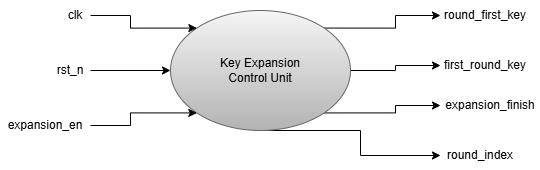
The draw.io diagram media/AESKeyExpansion-CU_High.png in LQLManZz/AES128-Verilog, before a commit. Source tidied: cells renumbered, new cells last; positions are measured from the earlier drawing's top-left corner, leaving out a move shared by most shapes.
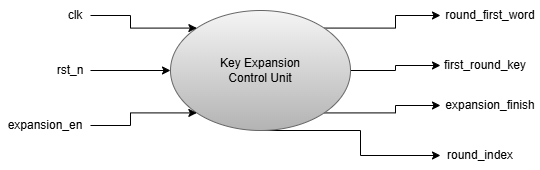
The same diagram one commit later.

The edit, as a diff of the source:
```diff
@@ -46,8 +46,8 @@
     <mxCell id="14" value="first_round_key" style="text;html=1;whiteSpace=wrap;strokeColor=none;fillColor=none;align=center;verticalAlign=middle;rounded=0;" parent="1" vertex="1">
       <mxGeometry x="440" y="50" width="90" height="30" as="geometry" />
     </mxCell>
-    <mxCell id="15" value="round_first_key" style="text;html=1;whiteSpace=wrap;strokeColor=none;fillColor=none;align=center;verticalAlign=middle;rounded=0;" parent="1" vertex="1">
-      <mxGeometry x="440" width="90" height="30" as="geometry" />
+    <mxCell id="15" value="round_first_word" style="text;html=1;whiteSpace=wrap;strokeColor=none;fillColor=none;align=center;verticalAlign=middle;rounded=0;" parent="1" vertex="1">
+      <mxGeometry x="440" width="100" height="30" as="geometry" />
     </mxCell>
     <mxCell id="16" value="round_index" style="text;html=1;whiteSpace=wrap;strokeColor=none;fillColor=none;align=center;verticalAlign=middle;rounded=0;" parent="1" vertex="1">
       <mxGeometry x="440" y="140" width="80" height="30" as="geometry" />
```
